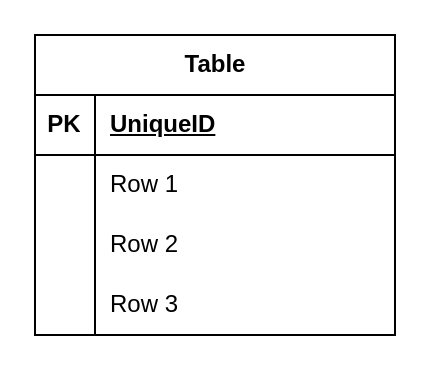
The draw.io diagram university.dio in akthernahela/db-university, before the edit. Source tidied: cells renumbered, new cells numbered last; positions are measured from the earlier drawing's top-left corner, leaving out a move shared by most shapes. Both pictures are drawn from the tidied source at 200%, with x=0, y=0 at pixel (34, 34).
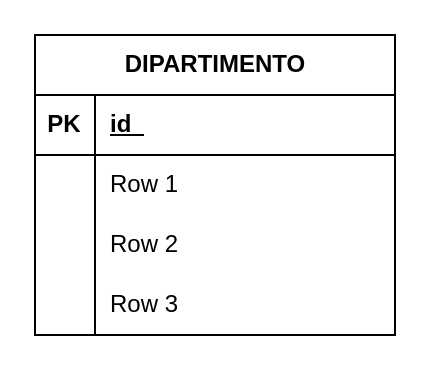
After the change.

Commit message:
Add table name

Change to the diagram source:
```diff
@@
 <mxGraphModel>
   <root>
     <mxCell id="0" />
     <mxCell id="1" parent="0" />
-    <mxCell id="2" value="Table" style="shape=table;startSize=30;childLayout=tableLayout;rowLines=0;fontStyle=1;align=center;html=1;" parent="1" vertex="1">
+    <mxCell id="2" value="DIPARTIMENTO" style="shape=table;startSize=30;childLayout=tableLayout;rowLines=0;fontStyle=1;align=center;html=1;" parent="1" vertex="1">
       <mxGeometry width="180" height="150" as="geometry" />
     </mxCell>
     <mxCell id="3" style="shape=tableRow;horizontal=0;startSize=0;swimlaneHead=0;swimlaneBody=0;fillColor=none;top=0;left=0;right=0;bottom=1;" parent="2" vertex="1">
       <mxGeometry y="30" width="180" height="30" as="geometry" />
     </mxCell>
     <mxCell id="4" value="PK" style="shape=partialRectangle;fillColor=none;top=0;left=0;bottom=0;right=0;fontStyle=1;overflow=hidden;whiteSpace=wrap;html=1;" parent="3" vertex="1">
       <mxGeometry width="30" height="30" as="geometry" />
     </mxCell>
-    <mxCell id="5" value="UniqueID" style="shape=partialRectangle;fillColor=none;top=0;left=0;bottom=0;right=0;align=left;spacingLeft=6;fontStyle=5;overflow=hidden;whiteSpace=wrap;html=1;" parent="3" vertex="1">
+    <mxCell id="5" value="id_" style="shape=partialRectangle;fillColor=none;top=0;left=0;bottom=0;right=0;align=left;spacingLeft=6;fontStyle=5;overflow=hidden;whiteSpace=wrap;html=1;" parent="3" vertex="1">
       <mxGeometry x="30" width="150" height="30" as="geometry" />
     </mxCell>
     <mxCell id="6" style="shape=tableRow;horizontal=0;startSize=0;swimlaneHead=0;swimlaneBody=0;fillColor=none;top=0;left=0;right=0;bottom=0;" parent="2" vertex="1">
       <mxGeometry y="60" width="180" height="30" as="geometry" />
     </mxCell>
     <mxCell id="7" style="shape=partialRectangle;fillColor=none;top=0;left=0;bottom=0;right=0;overflow=hidden;whiteSpace=wrap;html=1;" parent="6" vertex="1">
       <mxGeometry width="30" height="30" as="geometry" />
     </mxCell>
     <mxCell id="8" value="Row 1" style="shape=partialRectangle;fillColor=none;top=0;left=0;bottom=0;right=0;align=left;spacingLeft=6;overflow=hidden;whiteSpace=wrap;html=1;" parent="6" vertex="1">
       <mxGeometry x="30" width="150" height="30" as="geometry" />
     </mxCell>
     <mxCell id="9" style="shape=tableRow;horizontal=0;startSize=0;swimlaneHead=0;swimlaneBody=0;fillColor=none;top=0;left=0;right=0;bottom=0;" parent="2" vertex="1">
       <mxGeometry y="90" width="180" height="30" as="geometry" />
     </mxCell>
     <mxCell id="10" style="shape=partialRectangle;fillColor=none;top=0;left=0;bottom=0;right=0;overflow=hidden;whiteSpace=wrap;html=1;" parent="9" vertex="1">
       <mxGeometry width="30" height="30" as="geometry" />
     </mxCell>
     <mxCell id="11" value="Row 2" style="shape=partialRectangle;fillColor=none;top=0;left=0;bottom=0;right=0;align=left;spacingLeft=6;overflow=hidden;whiteSpace=wrap;html=1;" parent="9" vertex="1">
       <mxGeometry x="30" width="150" height="30" as="geometry" />
     </mxCell>
     <mxCell id="12" style="shape=tableRow;horizontal=0;startSize=0;swimlaneHead=0;swimlaneBody=0;fillColor=none;top=0;left=0;right=0;bottom=0;" parent="2" vertex="1">
       <mxGeometry y="120" width="180" height="30" as="geometry" />
     </mxCell>
     <mxCell id="13" style="shape=partialRectangle;fillColor=none;top=0;left=0;bottom=0;right=0;overflow=hidden;whiteSpace=wrap;html=1;" parent="12" vertex="1">
       <mxGeometry width="30" height="30" as="geometry" />
     </mxCell>
     <mxCell id="14" value="Row 3" style="shape=partialRectangle;fillColor=none;top=0;left=0;bottom=0;right=0;align=left;spacingLeft=6;overflow=hidden;whiteSpace=wrap;html=1;" parent="12" vertex="1">
       <mxGeometry x="30" width="150" height="30" as="geometry" />
     </mxCell>
   </root>
 </mxGraphModel>
```
